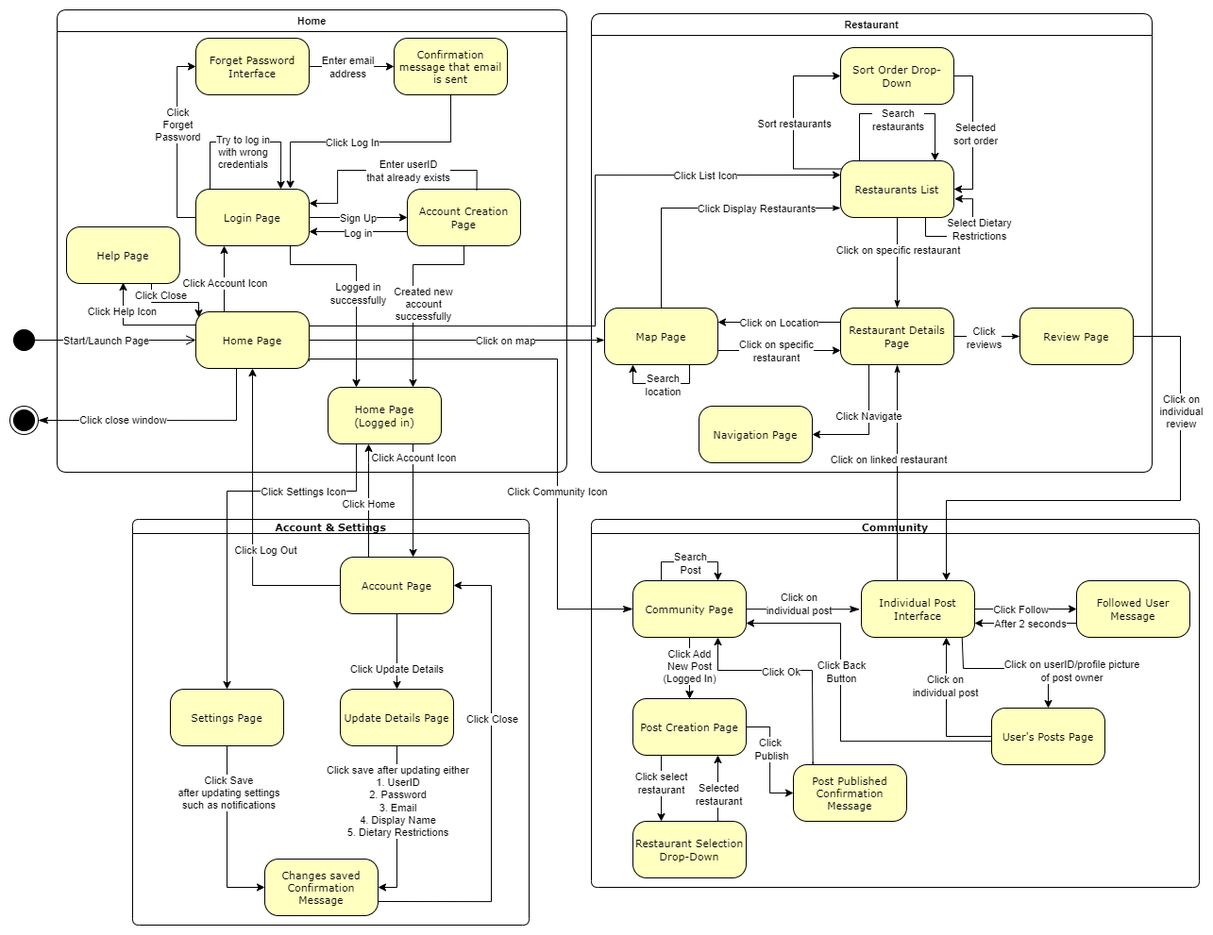
This is Deliverables/Dialog Map.png from dhruv-gambhir/extraveganza, a draw.io export, as it was before one commit. Source tidied: cells renumbered, new cells last; positions are measured from the earlier drawing's top-left corner, leaving out a move shared by most shapes.
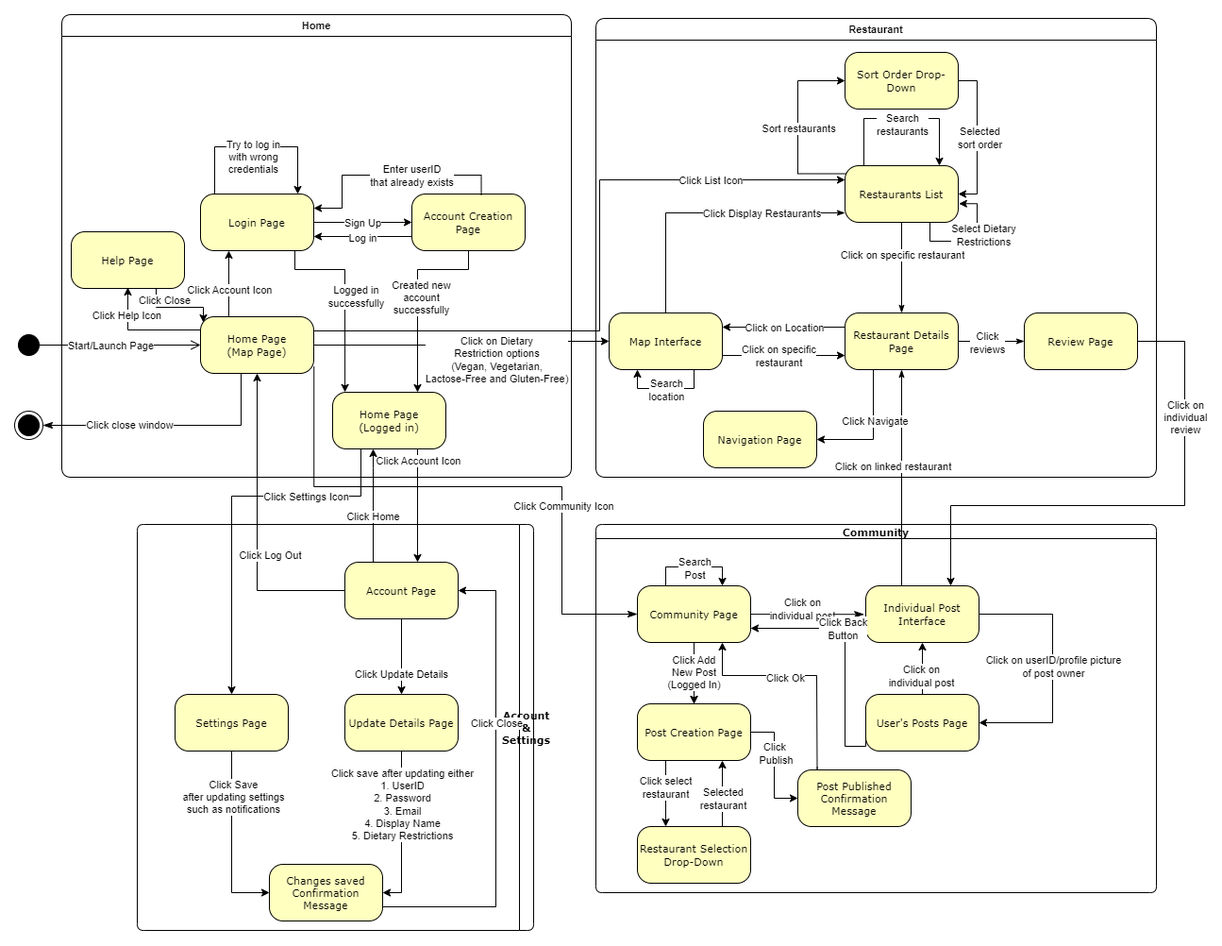
Later version of the same file.

Commit message:
updated dialog map

Change to the diagram source:
```diff
@@ -5,18 +5,6 @@
     <mxCell id="2" style="ellipse;html=1;shape=startState;fillColor=#000000;strokeColor=#000000;rounded=1;shadow=0;comic=0;labelBackgroundColor=none;fontFamily=Verdana;fontSize=11;fontColor=#000000;align=center;direction=south;" parent="1" vertex="1">
       <mxGeometry y="335" width="30" height="30" as="geometry" />
     </mxCell>
-    <mxCell id="3" style="edgeStyle=orthogonalEdgeStyle;rounded=0;jettySize=auto;html=1;entryX=-0.008;entryY=0.576;entryDx=0;entryDy=0;startArrow=none;startFill=0;endArrow=classicThin;endFill=1;fontSize=11;exitX=1;exitY=0.5;exitDx=0;exitDy=0;entryPerimeter=0;" parent="1" edge="1" source="95" target="64">
-      <mxGeometry relative="1" as="geometry">
-        <Array as="points">
-          <mxPoint x="630" y="350" />
-        </Array>
-      </mxGeometry>
-    </mxCell>
-    <mxCell id="4" value="Click on map" style="edgeLabel;html=1;align=center;verticalAlign=middle;fontSize=11;" parent="3" vertex="1">
-      <mxGeometry x="0.41" y="2" relative="1" as="geometry">
-        <mxPoint x="-15" y="2" as="offset" />
-      </mxGeometry>
-    </mxCell>
     <mxCell id="5" style="edgeStyle=orthogonalEdgeStyle;rounded=0;jettySize=auto;html=1;exitX=0.25;exitY=1;exitDx=0;exitDy=0;entryX=1;entryY=0.5;entryDx=0;entryDy=0;fontSize=11;endArrow=classicThin;endFill=1;startSize=8;endSize=8;" parent="1" edge="1" source="95" target="108">
       <mxGeometry relative="1" as="geometry">
         <Array as="points">
@@ -28,28 +16,19 @@
       <mxGeometry x="0.36" y="-1" relative="1" as="geometry" />
     </mxCell>
     <mxCell id="7" value="Community" style="swimlane;whiteSpace=wrap;html=1;rounded=1;shadow=0;comic=0;labelBackgroundColor=none;strokeWidth=1;fontFamily=Verdana;fontSize=11;align=center;startSize=15;" parent="1" vertex="1">
-      <mxGeometry x="616" y="540" width="644" height="390" as="geometry" />
+      <mxGeometry x="616" y="540" width="594" height="390" as="geometry" />
     </mxCell>
-    <mxCell id="8" style="edgeStyle=orthogonalEdgeStyle;rounded=0;jettySize=auto;html=1;exitX=1;exitY=0.5;exitDx=0;exitDy=0;fontSize=11;" parent="7" edge="1" source="12" target="32">
-      <mxGeometry relative="1" as="geometry" />
-    </mxCell>
-    <mxCell id="9" value="Click Follow" style="edgeLabel;html=1;align=center;verticalAlign=middle;fontSize=11;" parent="8" vertex="1">
-      <mxGeometry x="-0.3" y="1" relative="1" as="geometry">
-        <mxPoint x="10" y="1" as="offset" />
-      </mxGeometry>
-    </mxCell>
-    <mxCell id="10" style="edgeStyle=orthogonalEdgeStyle;rounded=0;jettySize=auto;html=1;exitX=0.889;exitY=0.985;exitDx=0;exitDy=0;entryX=0.5;entryY=0;entryDx=0;entryDy=0;fontSize=11;exitPerimeter=0;" parent="7" edge="1" source="12" target="37">
+    <mxCell id="10" style="edgeStyle=orthogonalEdgeStyle;rounded=0;jettySize=auto;html=1;exitX=1;exitY=0.5;exitDx=0;exitDy=0;fontSize=11;entryX=1;entryY=0.5;entryDx=0;entryDy=0;" parent="7" edge="1" source="12" target="37">
       <mxGeometry relative="1" as="geometry">
         <Array as="points">
-          <mxPoint x="394" y="124" />
-          <mxPoint x="394" y="158" />
-          <mxPoint x="484" y="158" />
+          <mxPoint x="484" y="95" />
+          <mxPoint x="484" y="210" />
         </Array>
       </mxGeometry>
     </mxCell>
     <mxCell id="11" value="Click on userID/profile picture &lt;br&gt;of post owner" style="edgeLabel;html=1;align=center;verticalAlign=middle;fontSize=11;" parent="10" vertex="1">
       <mxGeometry x="-0.24" relative="1" as="geometry">
-        <mxPoint x="86" y="2" as="offset" />
+        <mxPoint y="30" as="offset" />
       </mxGeometry>
     </mxCell>
     <mxCell id="12" value="Individual Post Interface" style="rounded=1;whiteSpace=wrap;html=1;arcSize=24;fillColor=#ffffc0;strokeColor=#000000;shadow=0;comic=0;labelBackgroundColor=none;fontFamily=Verdana;fontSize=11;fontColor=#000000;align=center;" parent="7" vertex="1">
@@ -122,18 +101,7 @@
     <mxCell id="29" value="Post Published Confirmation Message" style="rounded=1;whiteSpace=wrap;html=1;arcSize=24;fillColor=#ffffc0;strokeColor=#000000;shadow=0;comic=0;labelBackgroundColor=none;fontFamily=Verdana;fontSize=11;fontColor=#000000;align=center;fontStyle=0;" parent="7" vertex="1">
       <mxGeometry x="214" y="260" width="120" height="60" as="geometry" />
     </mxCell>
-    <mxCell id="30" style="edgeStyle=orthogonalEdgeStyle;rounded=0;jettySize=auto;html=1;exitX=0;exitY=0.75;exitDx=0;exitDy=0;entryX=1;entryY=0.75;entryDx=0;entryDy=0;fontSize=11;" parent="7" edge="1" source="32" target="12">
-      <mxGeometry relative="1" as="geometry" />
-    </mxCell>
-    <mxCell id="31" value="After 2 seconds" style="edgeLabel;html=1;align=center;verticalAlign=middle;fontSize=11;" parent="30" vertex="1">
-      <mxGeometry x="0.15" relative="1" as="geometry">
-        <mxPoint x="12" as="offset" />
-      </mxGeometry>
-    </mxCell>
-    <mxCell id="32" value="Followed User Message" style="rounded=1;whiteSpace=wrap;html=1;arcSize=24;fillColor=#ffffc0;strokeColor=#000000;shadow=0;comic=0;labelBackgroundColor=none;fontFamily=Verdana;fontSize=11;fontColor=#000000;align=center;" parent="7" vertex="1">
-      <mxGeometry x="514" y="65" width="120" height="60" as="geometry" />
-    </mxCell>
-    <mxCell id="33" style="edgeStyle=orthogonalEdgeStyle;rounded=0;jettySize=auto;html=1;exitX=0;exitY=0.5;exitDx=0;exitDy=0;entryX=0.75;entryY=1;entryDx=0;entryDy=0;fontSize=11;" parent="7" edge="1" source="37" target="12">
+    <mxCell id="33" style="edgeStyle=orthogonalEdgeStyle;rounded=0;jettySize=auto;html=1;exitX=0.5;exitY=0;exitDx=0;exitDy=0;entryX=0.5;entryY=1;entryDx=0;entryDy=0;fontSize=11;" parent="7" edge="1" source="37" target="12">
       <mxGeometry relative="1" as="geometry" />
     </mxCell>
     <mxCell id="34" value="Click on &lt;br&gt;individual post" style="edgeLabel;html=1;align=center;verticalAlign=middle;fontSize=11;" parent="33" vertex="1">
@@ -153,7 +121,7 @@
       <mxGeometry x="0.24" relative="1" as="geometry" />
     </mxCell>
     <mxCell id="37" value="User's Posts Page" style="rounded=1;whiteSpace=wrap;html=1;arcSize=24;fillColor=#ffffc0;strokeColor=#000000;shadow=0;comic=0;labelBackgroundColor=none;fontFamily=Verdana;fontSize=11;fontColor=#000000;align=center;" parent="7" vertex="1">
-      <mxGeometry x="424" y="200" width="120" height="60" as="geometry" />
+      <mxGeometry x="286" y="180" width="120" height="60" as="geometry" />
     </mxCell>
     <mxCell id="38" style="edgeStyle=orthogonalEdgeStyle;rounded=0;orthogonalLoop=1;jettySize=auto;html=1;exitX=0.25;exitY=0;exitDx=0;exitDy=0;entryX=0.75;entryY=0;entryDx=0;entryDy=0;" parent="7" edge="1" source="18" target="18">
       <mxGeometry relative="1" as="geometry">
@@ -185,15 +153,15 @@
     <mxCell id="42" style="edgeStyle=orthogonalEdgeStyle;html=1;exitX=1.002;exitY=0.875;labelBackgroundColor=none;endArrow=classicThin;endSize=8;strokeColor=#000000;fontFamily=Verdana;fontSize=11;align=left;endFill=1;rounded=0;exitDx=0;exitDy=0;entryX=0;entryY=0.5;entryDx=0;entryDy=0;exitPerimeter=0;" parent="1" edge="1" source="95" target="18">
       <mxGeometry relative="1" as="geometry">
         <Array as="points">
-          <mxPoint x="317" y="370" />
-          <mxPoint x="580" y="370" />
+          <mxPoint x="317" y="500" />
+          <mxPoint x="580" y="500" />
           <mxPoint x="580" y="635" />
         </Array>
       </mxGeometry>
     </mxCell>
     <mxCell id="43" value="Click Community Icon" style="edgeLabel;html=1;align=center;verticalAlign=middle;fontSize=11;" parent="42" vertex="1">
       <mxGeometry x="-0.21" relative="1" as="geometry">
-        <mxPoint x="24" y="140" as="offset" />
+        <mxPoint x="151" y="20" as="offset" />
       </mxGeometry>
     </mxCell>
     <mxCell id="44" style="edgeStyle=orthogonalEdgeStyle;rounded=0;jettySize=auto;html=1;exitX=0.5;exitY=1;exitDx=0;exitDy=0;startArrow=classicThin;startFill=1;endArrow=none;endFill=0;fontSize=11;" parent="1" edge="1" source="52">
@@ -286,7 +254,7 @@
         <mxPoint x="14" as="offset" />
       </mxGeometry>
     </mxCell>
-    <mxCell id="64" value="Map Page" style="rounded=1;whiteSpace=wrap;html=1;arcSize=24;fillColor=#ffffc0;strokeColor=#000000;shadow=0;comic=0;labelBackgroundColor=none;fontFamily=Verdana;fontSize=11;fontColor=#000000;align=center;" parent="46" vertex="1">
+    <mxCell id="64" value="Map Interface" style="rounded=1;whiteSpace=wrap;html=1;arcSize=24;fillColor=#ffffc0;strokeColor=#000000;shadow=0;comic=0;labelBackgroundColor=none;fontFamily=Verdana;fontSize=11;fontColor=#000000;align=center;" parent="46" vertex="1">
       <mxGeometry x="14" y="312" width="120" height="60" as="geometry" />
     </mxCell>
     <mxCell id="65" style="edgeStyle=orthogonalEdgeStyle;rounded=0;jettySize=auto;html=1;entryX=0.5;entryY=0;entryDx=0;entryDy=0;startArrow=classicThin;startFill=1;endArrow=none;endFill=0;fontSize=11;" parent="46" edge="1" target="64">
@@ -355,7 +323,7 @@
     </mxCell>
     <mxCell id="77" value="Created new &lt;br&gt;account &lt;br&gt;successfully" style="edgeLabel;html=1;align=center;verticalAlign=middle;fontSize=11;" parent="76" vertex="1">
       <mxGeometry x="0.16" relative="1" as="geometry">
-        <mxPoint x="10" y="-3" as="offset" />
+        <mxPoint x="3" y="-15" as="offset" />
       </mxGeometry>
     </mxCell>
     <mxCell id="78" style="edgeStyle=orthogonalEdgeStyle;rounded=0;jettySize=auto;html=1;exitX=0;exitY=0.75;exitDx=0;exitDy=0;entryX=1;entryY=0.75;entryDx=0;entryDy=0;" parent="75" edge="1" source="80" target="86">
@@ -369,22 +337,6 @@
     <mxCell id="80" value="Account Creation Page" style="rounded=1;whiteSpace=wrap;html=1;arcSize=24;fillColor=#ffffc0;strokeColor=#000000;shadow=0;comic=0;labelBackgroundColor=none;fontFamily=Verdana;fontSize=11;fontColor=#000000;align=center;" parent="75" vertex="1">
       <mxGeometry x="371" y="190" width="120" height="60" as="geometry" />
     </mxCell>
-    <mxCell id="81" style="edgeStyle=orthogonalEdgeStyle;rounded=0;jettySize=auto;html=1;exitX=1;exitY=0.5;exitDx=0;exitDy=0;entryX=0;entryY=0.5;entryDx=0;entryDy=0;fontSize=11;" parent="75" edge="1" source="83" target="101">
-      <mxGeometry relative="1" as="geometry">
-        <Array as="points">
-          <mxPoint x="317" y="60" />
-          <mxPoint x="317" y="60" />
-        </Array>
-      </mxGeometry>
-    </mxCell>
-    <mxCell id="82" value="Enter email &lt;br&gt;address" style="edgeLabel;html=1;align=center;verticalAlign=middle;fontSize=11;" parent="81" vertex="1">
-      <mxGeometry x="-0.3" relative="1" as="geometry">
-        <mxPoint x="9" as="offset" />
-      </mxGeometry>
-    </mxCell>
-    <mxCell id="83" value="Forget Password Interface" style="rounded=1;whiteSpace=wrap;html=1;arcSize=24;fillColor=#ffffc0;strokeColor=#000000;shadow=0;comic=0;labelBackgroundColor=none;fontFamily=Verdana;fontSize=11;fontColor=#000000;align=center;" parent="75" vertex="1">
-      <mxGeometry x="147" y="30" width="120" height="60" as="geometry" />
-    </mxCell>
     <mxCell id="84" style="edgeStyle=orthogonalEdgeStyle;rounded=0;jettySize=auto;html=1;exitX=1;exitY=0.5;exitDx=0;exitDy=0;entryX=0;entryY=0.5;entryDx=0;entryDy=0;fontSize=11;" parent="75" edge="1" source="86" target="80">
       <mxGeometry relative="1" as="geometry" />
     </mxCell>
@@ -396,22 +348,13 @@
     <mxCell id="86" value="Login Page" style="rounded=1;whiteSpace=wrap;html=1;arcSize=24;fillColor=#ffffc0;strokeColor=#000000;shadow=0;comic=0;labelBackgroundColor=none;fontFamily=Verdana;fontSize=11;fontColor=#000000;align=center;" parent="75" vertex="1">
       <mxGeometry x="147" y="190" width="120" height="60" as="geometry" />
     </mxCell>
-    <mxCell id="87" style="edgeStyle=orthogonalEdgeStyle;rounded=0;jettySize=auto;html=1;exitX=0;exitY=0.5;exitDx=0;exitDy=0;entryX=0;entryY=0.5;entryDx=0;entryDy=0;fontSize=11;" parent="75" edge="1" source="86" target="83">
-      <mxGeometry relative="1" as="geometry" />
-    </mxCell>
-    <mxCell id="88" value="Click&lt;br&gt;Forget &lt;br style=&quot;font-size: 11px;&quot;&gt;Password" style="edgeLabel;html=1;align=center;verticalAlign=middle;fontSize=11;" parent="87" vertex="1">
-      <mxGeometry x="-0.28" y="1" relative="1" as="geometry">
-        <mxPoint x="1" y="-48" as="offset" />
-      </mxGeometry>
-    </mxCell>
-    <mxCell id="89" style="edgeStyle=orthogonalEdgeStyle;rounded=0;jettySize=auto;html=1;entryX=0.25;entryY=0;entryDx=0;entryDy=0;fontSize=11;" parent="75" edge="1" target="98">
+    <mxCell id="89" style="edgeStyle=orthogonalEdgeStyle;rounded=0;jettySize=auto;html=1;entryX=0.109;entryY=-0.002;entryDx=0;entryDy=0;fontSize=11;entryPerimeter=0;" parent="75" edge="1" target="98">
       <mxGeometry relative="1" as="geometry">
         <mxPoint x="247" y="250" as="sourcePoint" />
         <Array as="points">
-          <mxPoint x="246" y="250" />
           <mxPoint x="247" y="250" />
           <mxPoint x="247" y="270" />
-          <mxPoint x="317" y="270" />
+          <mxPoint x="300" y="270" />
         </Array>
       </mxGeometry>
     </mxCell>
@@ -439,14 +382,16 @@
         <mxPoint y="-8" as="offset" />
       </mxGeometry>
     </mxCell>
-    <mxCell id="95" value="Home Page" style="rounded=1;whiteSpace=wrap;html=1;arcSize=24;fillColor=#ffffc0;strokeColor=#000000;shadow=0;comic=0;labelBackgroundColor=none;fontFamily=Verdana;fontSize=11;fontColor=#000000;align=center;" parent="75" vertex="1">
+    <mxCell id="95" value="Home Page &lt;br&gt;(Map Page)" style="rounded=1;whiteSpace=wrap;html=1;arcSize=24;fillColor=#ffffc0;strokeColor=#000000;shadow=0;comic=0;labelBackgroundColor=none;fontFamily=Verdana;fontSize=11;fontColor=#000000;align=center;" parent="75" vertex="1">
       <mxGeometry x="147" y="320" width="120" height="60" as="geometry" />
     </mxCell>
-    <mxCell id="96" style="edgeStyle=orthogonalEdgeStyle;rounded=0;orthogonalLoop=1;jettySize=auto;html=1;entryX=0.75;entryY=0;entryDx=0;entryDy=0;fontSize=11;" parent="75" edge="1" source="86" target="86">
+    <mxCell id="96" style="edgeStyle=orthogonalEdgeStyle;rounded=0;jettySize=auto;html=1;fontSize=11;" parent="75" edge="1" source="86">
       <mxGeometry relative="1" as="geometry">
+        <mxPoint x="250" y="190" as="targetPoint" />
         <Array as="points">
           <mxPoint x="162" y="140" />
-          <mxPoint x="237" y="140" />
+          <mxPoint x="250" y="140" />
+          <mxPoint x="250" y="190" />
         </Array>
       </mxGeometry>
     </mxCell>
@@ -458,17 +403,6 @@
     <mxCell id="98" value="Home Page &lt;br&gt;(Logged in)" style="rounded=1;whiteSpace=wrap;html=1;arcSize=24;fillColor=#ffffc0;strokeColor=#000000;shadow=0;comic=0;labelBackgroundColor=none;fontFamily=Verdana;fontSize=11;fontColor=#000000;align=center;" parent="75" vertex="1">
       <mxGeometry x="287" y="400" width="120" height="60" as="geometry" />
     </mxCell>
-    <mxCell id="99" style="edgeStyle=orthogonalEdgeStyle;rounded=0;jettySize=auto;html=1;exitX=0.5;exitY=1;exitDx=0;exitDy=0;entryX=0.834;entryY=-0.008;entryDx=0;entryDy=0;entryPerimeter=0;fontSize=11;" parent="75" edge="1" source="101" target="86">
-      <mxGeometry relative="1" as="geometry" />
-    </mxCell>
-    <mxCell id="100" value="Click Log In" style="edgeLabel;html=1;align=center;verticalAlign=middle;fontSize=11;" parent="99" vertex="1">
-      <mxGeometry x="0.16" y="1" relative="1" as="geometry">
-        <mxPoint y="-1" as="offset" />
-      </mxGeometry>
-    </mxCell>
-    <mxCell id="101" value="Confirmation message that email is sent" style="rounded=1;whiteSpace=wrap;html=1;arcSize=24;fillColor=#ffffc0;strokeColor=#000000;shadow=0;comic=0;labelBackgroundColor=none;fontFamily=Verdana;fontSize=11;fontColor=#000000;align=center;" parent="75" vertex="1">
-      <mxGeometry x="357" y="30" width="120" height="60" as="geometry" />
-    </mxCell>
     <mxCell id="102" style="edgeStyle=orthogonalEdgeStyle;rounded=0;jettySize=auto;html=1;exitX=0.613;exitY=0.017;exitDx=0;exitDy=0;entryX=1;entryY=0.25;entryDx=0;entryDy=0;fontSize=11;exitPerimeter=0;" parent="75" edge="1" source="80" target="86">
       <mxGeometry relative="1" as="geometry">
         <Array as="points">
@@ -505,7 +439,7 @@
     <mxCell id="109" style="ellipse;html=1;shape=startState;fillColor=#000000;strokeColor=#000000;rounded=1;shadow=0;comic=0;labelBackgroundColor=none;fontFamily=Verdana;fontSize=11;fontColor=#000000;align=center;direction=south;" parent="107" vertex="1">
       <mxGeometry width="30" height="30" as="geometry" />
     </mxCell>
-    <mxCell id="110" value="Account &amp;amp; Settings" style="swimlane;whiteSpace=wrap;html=1;rounded=1;shadow=0;comic=0;labelBackgroundColor=none;strokeWidth=1;fontFamily=Verdana;fontSize=11;align=center;startSize=15;" parent="1" vertex="1">
+    <mxCell id="110" value="Account &amp;amp; Settings" style="swimlane;whiteSpace=wrap;html=1;rounded=1;shadow=0;comic=0;labelBackgroundColor=none;strokeWidth=1;fontFamily=Verdana;fontSize=11;align=center;startSize=15;direction=south;" parent="1" vertex="1">
       <mxGeometry x="130" y="540" width="420" height="430" as="geometry" />
     </mxCell>
     <mxCell id="111" style="edgeStyle=orthogonalEdgeStyle;rounded=0;jettySize=auto;html=1;exitX=0.5;exitY=1;exitDx=0;exitDy=0;fontSize=11;" parent="110" edge="1" source="113" target="115">
@@ -585,7 +519,7 @@
     </mxCell>
     <mxCell id="128" value="Click Home" style="edgeLabel;html=1;align=center;verticalAlign=middle;fontSize=11;" parent="127" vertex="1">
       <mxGeometry x="-0.24" y="1" relative="1" as="geometry">
-        <mxPoint y="-10" as="offset" />
+        <mxPoint y="-4" as="offset" />
       </mxGeometry>
     </mxCell>
     <mxCell id="129" style="edgeStyle=orthogonalEdgeStyle;rounded=0;jettySize=auto;html=1;exitX=1;exitY=0.25;exitDx=0;exitDy=0;entryX=0;entryY=0.25;entryDx=0;entryDy=0;fontSize=11;" parent="1" edge="1" source="95" target="59">
@@ -628,5 +562,13 @@
         <mxPoint x="-9" y="4" as="offset" />
       </mxGeometry>
     </mxCell>
+    <mxCell id="3" style="edgeStyle=orthogonalEdgeStyle;rounded=0;jettySize=auto;html=1;exitX=1;exitY=0.5;exitDx=0;exitDy=0;" parent="1" edge="1" source="95" target="64">
+      <mxGeometry relative="1" as="geometry" />
+    </mxCell>
+    <mxCell id="135" value="Click on Dietary &lt;br&gt;Restriction options &lt;br&gt;(Vegan, Vegetarian, &lt;br&gt;Lactose-Free and Gluten-Free)" style="edgeLabel;html=1;align=center;verticalAlign=middle;" parent="3" vertex="1">
+      <mxGeometry x="-0.18" y="-2" relative="1" as="geometry">
+        <mxPoint x="63" y="13" as="offset" />
+      </mxGeometry>
+    </mxCell>
   </root>
 </mxGraphModel>
```
